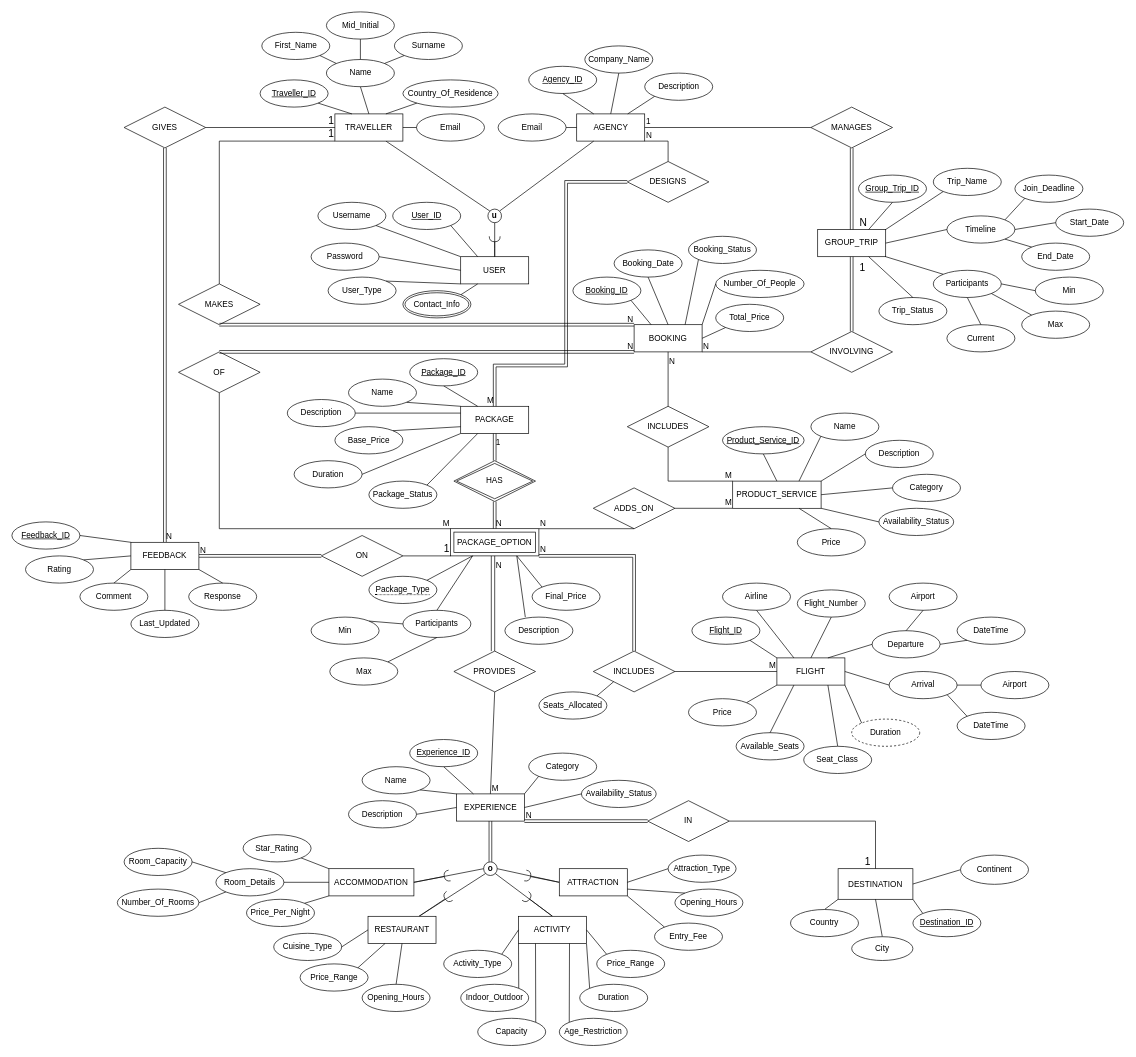
This is Task 2 - (E)ER Diagram/Task2_PA5.drawio from tripistry-team/COS221-Team_Name, a draw.io file, before an edit. Source tidied: cells renumbered, new cells numbered last; positions are measured from the earlier drawing's top-left corner, leaving out a move shared by most shapes. Both pictures are drawn from the tidied source at 68%, with x=0, y=0 at pixel (12, 12).
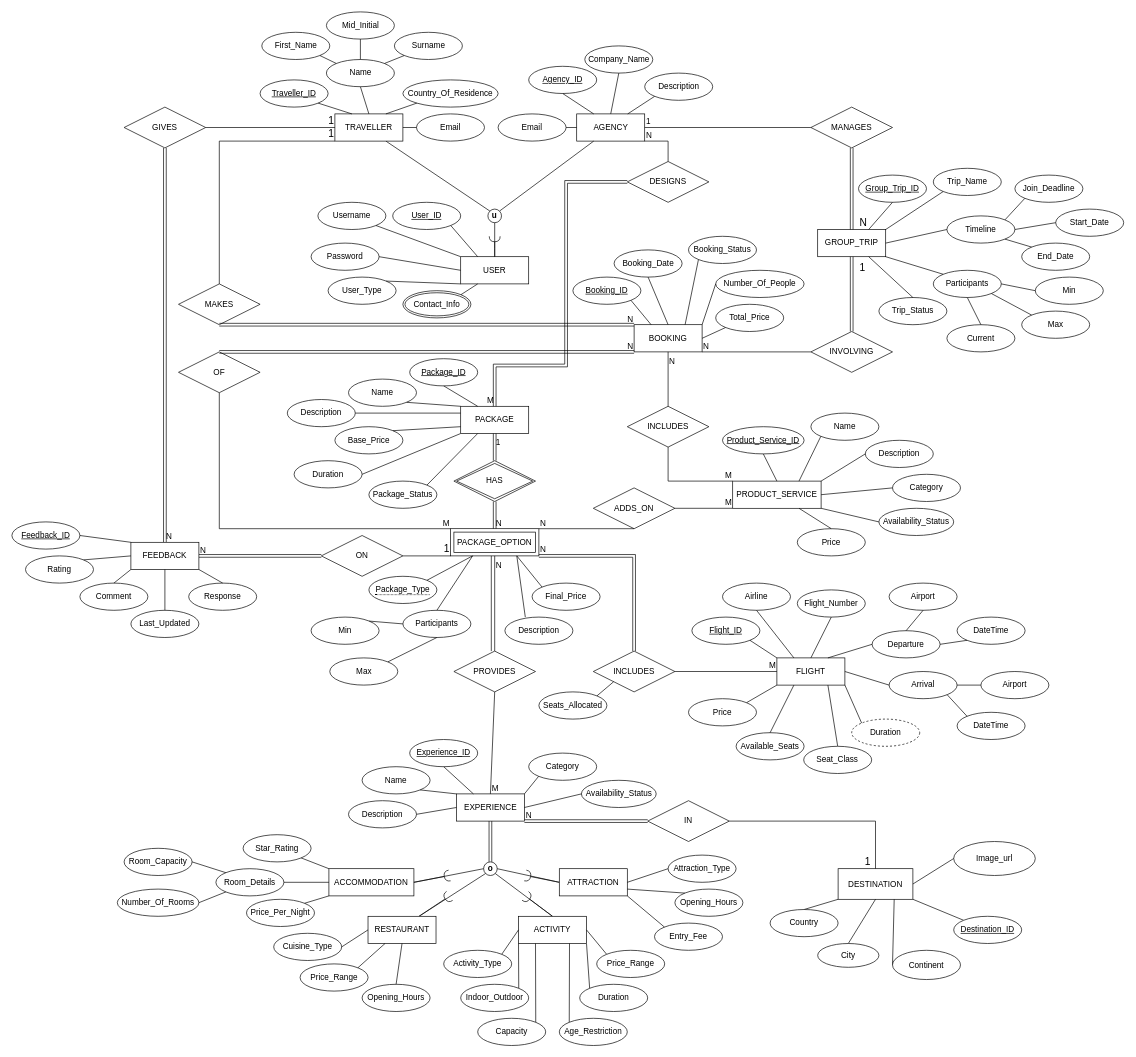
Above is the later version.

Unchanged cells that the change refers to:
```xml
<mxCell id="281" value="DESTINATION" style="rounded=0;whiteSpace=wrap;html=1;" parent="1" vertex="1">
  <mxGeometry x="1215" y="1260" width="110" height="45" as="geometry" />
</mxCell>
```

Diff of the diagram source:
```diff
@@
     <mxCell id="284" value="Country" style="ellipse;whiteSpace=wrap;html=1;" parent="1" vertex="1">
-      <mxGeometry x="1145" y="1320" width="100" height="40" as="geometry" />
+      <mxGeometry x="1115" y="1320" width="100" height="40" as="geometry" />
     </mxCell>
@@
     <mxCell id="286" value="City" style="ellipse;whiteSpace=wrap;html=1;" parent="1" vertex="1">
-      <mxGeometry x="1235" y="1360" width="90" height="35" as="geometry" />
+      <mxGeometry x="1185" y="1370" width="90" height="35" as="geometry" />
     </mxCell>
@@
     <mxCell id="292" value="Destination_ID" style="ellipse;whiteSpace=wrap;html=1;align=center;fontStyle=4;" parent="1" vertex="1">
-      <mxGeometry x="1325" y="1320" width="100" height="40" as="geometry" />
+      <mxGeometry x="1385" y="1330" width="100" height="40" as="geometry" />
     </mxCell>
@@
-    <mxCell id="294" style="endArrow=none;html=1;rounded=0;entryX=1;entryY=0.5;entryDx=0;entryDy=0;exitX=0;exitY=0.5;exitDx=0;exitDy=0;" parent="1" edge="1" source="295" target="281">
+    <mxCell id="294" style="endArrow=none;html=1;rounded=0;entryX=0.75;entryY=1;entryDx=0;entryDy=0;exitX=0;exitY=0.5;exitDx=0;exitDy=0;" parent="1" edge="1" source="295" target="281">
       <mxGeometry relative="1" as="geometry" />
     </mxCell>
     <mxCell id="295" value="Continent" style="ellipse;whiteSpace=wrap;html=1;" parent="1" vertex="1">
-      <mxGeometry x="1395" y="1240" width="100" height="43" as="geometry" />
+      <mxGeometry x="1295" y="1380" width="100" height="43" as="geometry" />
     </mxCell>
+    <mxCell id="296" value="&lt;div&gt;Image_url&lt;/div&gt;" style="ellipse;whiteSpace=wrap;html=1;" parent="1" vertex="1">
+      <mxGeometry x="1385" y="1220" width="120" height="50" as="geometry" />
+    </mxCell>
+    <mxCell id="297" style="endArrow=none;html=1;rounded=0;entryX=0;entryY=0.5;entryDx=0;entryDy=0;exitX=1;exitY=0.5;exitDx=0;exitDy=0;" parent="1" edge="1" source="281" target="296">
+      <mxGeometry relative="1" as="geometry" />
+    </mxCell>
```
